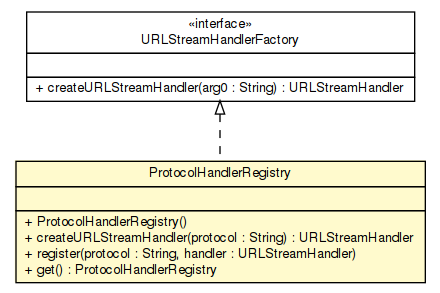
This is apidocs/sorcer/protocol/ProtocolHandlerRegistry.png from sorcersoft/sorcersoft.github.io, a Graphviz export, as it was before one commit. Its source is kept beside it as apidocs/sorcer/protocol/ProtocolHandlerRegistry.dot.
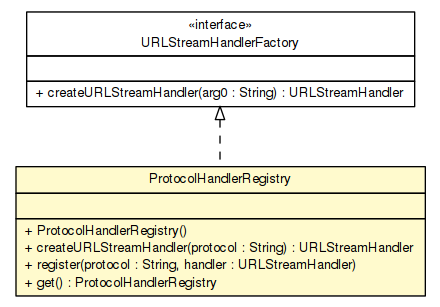
The same file after the commit.

Diff of the diagram source:
```diff
@@ -4,7 +4,7 @@
 	node [fontname="Helvetica",fontsize=10,shape=plaintext];
 	nodesep=0.25;
 	ranksep=0.5;
-	c353682 [label=<<table title="sorcer.protocol.ProtocolHandlerRegistry" border="0" cellborder="1" cellspacing="0" cellpadding="2" port="p" bgcolor="lemonChiffon" href="./ProtocolHandlerRegistry.html">
+	c401267 [label=<<table title="sorcer.protocol.ProtocolHandlerRegistry" border="0" cellborder="1" cellspacing="0" cellpadding="2" port="p" bgcolor="lemonChiffon" href="./ProtocolHandlerRegistry.html">
 		<tr><td><table border="0" cellspacing="0" cellpadding="1">
 <tr><td align="center" balign="center"> ProtocolHandlerRegistry </td></tr>
 		</table></td></tr>
@@ -18,8 +18,8 @@
 <tr><td align="left" balign="left"> + get() : ProtocolHandlerRegistry </td></tr>
 		</table></td></tr>
 		</table>>, URL="./ProtocolHandlerRegistry.html", fontname="Helvetica", fontcolor="black", fontsize=10.0];
-	c354270:p -> c353682:p [dir=back,arrowtail=empty,style=dashed];
-	c354270 [label=<<table title="java.net.URLStreamHandlerFactory" border="0" cellborder="1" cellspacing="0" cellpadding="2" port="p" href="http://docs.oracle.com/javase/7/docs/api/java/net/URLStreamHandlerFactory.html">
+	c401972:p -> c401267:p [dir=back,arrowtail=empty,style=dashed];
+	c401972 [label=<<table title="java.net.URLStreamHandlerFactory" border="0" cellborder="1" cellspacing="0" cellpadding="2" port="p" href="http://docs.oracle.com/javase/7/docs/api/java/net/URLStreamHandlerFactory.html">
 		<tr><td><table border="0" cellspacing="0" cellpadding="1">
 <tr><td align="center" balign="center"> &#171;interface&#187; </td></tr>
 <tr><td align="center" balign="center"> URLStreamHandlerFactory </td></tr>
```
